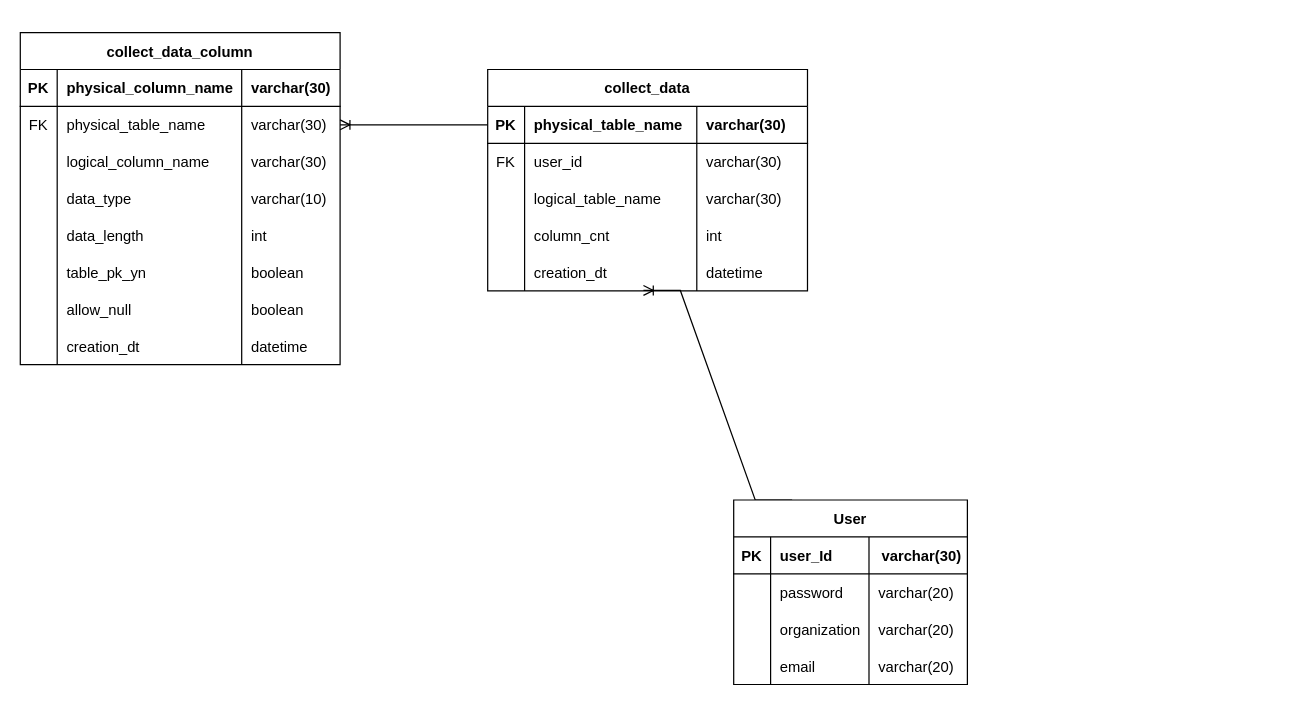
vtw-atm/bigdata-table-diagram keeps this draw.io diagram as 분석 플랫폼 테이블 설계.drawio. Above is the earlier version. Source tidied: cells renumbered, new cells numbered last; positions are measured from the earlier drawing's top-left corner, leaving out a move shared by most shapes. Both pictures are drawn from the tidied source at 123%, with x=0, y=0 at pixel (20, 32).
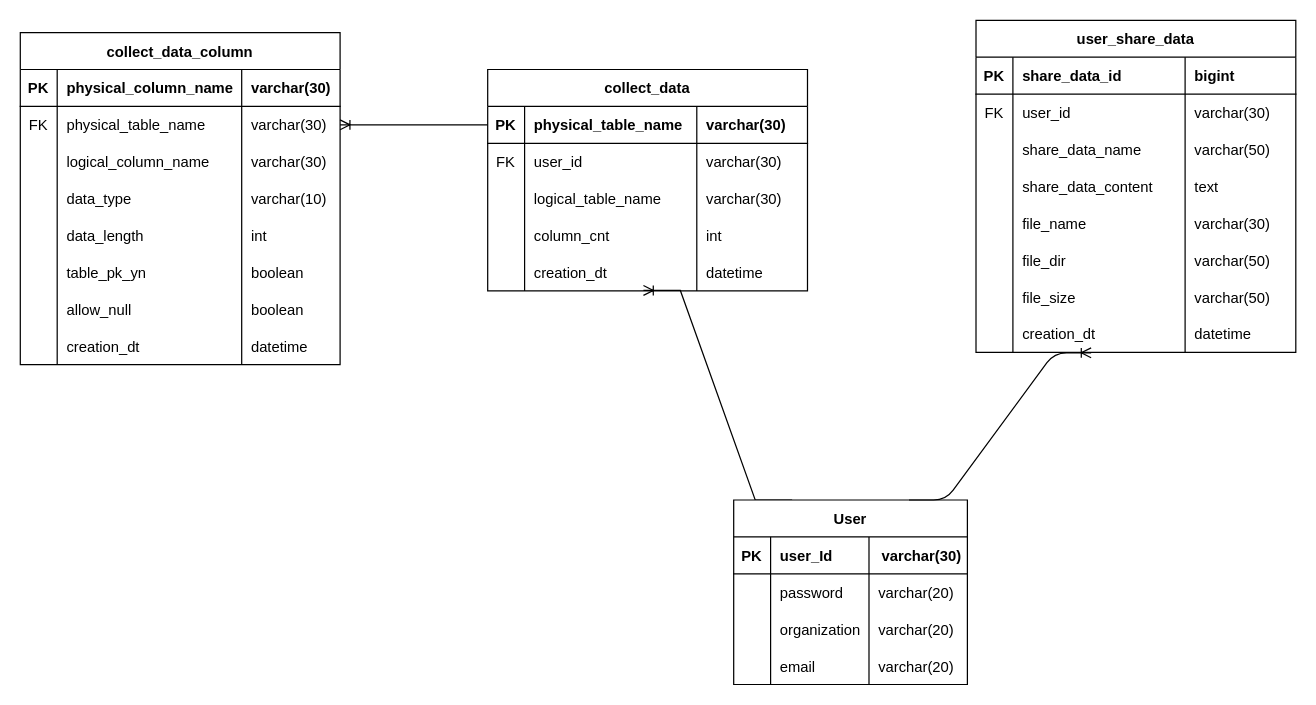
The same diagram, later.

Commit message (it also covers changes not shown here):
분석 플랫폼 테이블 설계.drawio 업데이트

The change refers to these unchanged cells:
```xml
<mxCell id="4" value="User" style="shape=table;startSize=30;childLayout=tableLayout;rowLines=0;fontStyle=1;align=center;rounded=0;" parent="1" vertex="1">
  <mxGeometry x="580" y="380" width="190" height="150" as="geometry" />
</mxCell>
```

The edit, as a diff of the source:
```diff
@@
+    <mxCell id="75" value="user_share_data" style="shape=table;startSize=30;childLayout=tableLayout;rowLines=0;fontStyle=1;align=center;rounded=0;" parent="1" vertex="1">
+      <mxGeometry x="777" y="-10" width="260" height="270" as="geometry" />
+    </mxCell>
+    <mxCell id="76" style="shape=tableRow;horizontal=0;startSize=0;swimlaneHead=0;swimlaneBody=0;fillColor=none;top=0;left=0;right=0;bottom=1;rounded=0;" parent="75" vertex="1">
+      <mxGeometry y="30" width="260" height="30" as="geometry" />
+    </mxCell>
+    <mxCell id="77" value="PK" style="shape=partialRectangle;fillColor=none;top=0;left=0;bottom=0;right=0;fontStyle=1;overflow=hidden;rounded=0;" parent="76" vertex="1">
+      <mxGeometry width="30" height="30" as="geometry" />
+    </mxCell>
+    <mxCell id="78" value="share_data_id" style="shape=partialRectangle;fillColor=none;top=0;left=0;bottom=0;right=0;align=left;spacingLeft=6;fontStyle=1;overflow=hidden;rounded=0;" parent="76" vertex="1">
+      <mxGeometry x="30" width="140" height="30" as="geometry" />
+    </mxCell>
+    <mxCell id="79" value="bigint" style="shape=partialRectangle;fillColor=none;top=0;left=0;bottom=0;right=0;align=left;spacingLeft=6;fontStyle=1;overflow=hidden;rounded=0;" parent="76" vertex="1">
+      <mxGeometry x="170" width="90" height="30" as="geometry" />
+    </mxCell>
+    <mxCell id="80" style="shape=tableRow;horizontal=0;startSize=0;swimlaneHead=0;swimlaneBody=0;fillColor=none;top=0;left=0;right=0;bottom=0;rounded=0;" parent="75" vertex="1">
+      <mxGeometry y="60" width="260" height="30" as="geometry" />
+    </mxCell>
+    <mxCell id="81" value="FK" style="shape=partialRectangle;fillColor=none;top=0;left=0;bottom=0;right=0;overflow=hidden;rounded=0;" parent="80" vertex="1">
+      <mxGeometry width="30" height="30" as="geometry" />
+    </mxCell>
+    <mxCell id="82" value="user_id" style="shape=partialRectangle;fillColor=none;top=0;left=0;bottom=0;right=0;align=left;spacingLeft=6;overflow=hidden;rounded=0;" parent="80" vertex="1">
+      <mxGeometry x="30" width="140" height="30" as="geometry" />
+    </mxCell>
+    <mxCell id="83" value="varchar(30)" style="shape=partialRectangle;fillColor=none;top=0;left=0;bottom=0;right=0;align=left;spacingLeft=6;overflow=hidden;rounded=0;" parent="80" vertex="1">
+      <mxGeometry x="170" width="90" height="30" as="geometry" />
+    </mxCell>
+    <mxCell id="84" style="shape=tableRow;horizontal=0;startSize=0;swimlaneHead=0;swimlaneBody=0;fillColor=none;top=0;left=0;right=0;bottom=0;rounded=0;" parent="75" vertex="1">
+      <mxGeometry y="90" width="260" height="30" as="geometry" />
+    </mxCell>
+    <mxCell id="85" style="shape=partialRectangle;fillColor=none;top=0;left=0;bottom=0;right=0;overflow=hidden;rounded=0;" parent="84" vertex="1">
+      <mxGeometry width="30" height="30" as="geometry" />
+    </mxCell>
+    <mxCell id="86" value="share_data_name" style="shape=partialRectangle;fillColor=none;top=0;left=0;bottom=0;right=0;align=left;spacingLeft=6;overflow=hidden;rounded=0;" parent="84" vertex="1">
+      <mxGeometry x="30" width="140" height="30" as="geometry" />
+    </mxCell>
+    <mxCell id="87" value="varchar(50)" style="shape=partialRectangle;fillColor=none;top=0;left=0;bottom=0;right=0;align=left;spacingLeft=6;overflow=hidden;rounded=0;" parent="84" vertex="1">
+      <mxGeometry x="170" width="90" height="30" as="geometry" />
+    </mxCell>
+    <mxCell id="88" style="shape=tableRow;horizontal=0;startSize=0;swimlaneHead=0;swimlaneBody=0;fillColor=none;top=0;left=0;right=0;bottom=0;rounded=0;" parent="75" vertex="1">
+      <mxGeometry y="120" width="260" height="30" as="geometry" />
+    </mxCell>
+    <mxCell id="89" style="shape=partialRectangle;fillColor=none;top=0;left=0;bottom=0;right=0;overflow=hidden;rounded=0;" parent="88" vertex="1">
+      <mxGeometry width="30" height="30" as="geometry" />
+    </mxCell>
+    <mxCell id="90" value="share_data_content" style="shape=partialRectangle;fillColor=none;top=0;left=0;bottom=0;right=0;align=left;spacingLeft=6;overflow=hidden;rounded=0;" parent="88" vertex="1">
+      <mxGeometry x="30" width="140" height="30" as="geometry" />
+    </mxCell>
+    <mxCell id="91" value="text" style="shape=partialRectangle;fillColor=none;top=0;left=0;bottom=0;right=0;align=left;spacingLeft=6;overflow=hidden;rounded=0;" parent="88" vertex="1">
+      <mxGeometry x="170" width="90" height="30" as="geometry" />
+    </mxCell>
+    <mxCell id="92" style="shape=tableRow;horizontal=0;startSize=0;swimlaneHead=0;swimlaneBody=0;fillColor=none;top=0;left=0;right=0;bottom=0;rounded=0;" parent="75" vertex="1">
+      <mxGeometry y="150" width="260" height="30" as="geometry" />
+    </mxCell>
+    <mxCell id="93" style="shape=partialRectangle;fillColor=none;top=0;left=0;bottom=0;right=0;overflow=hidden;rounded=0;" parent="92" vertex="1">
+      <mxGeometry width="30" height="30" as="geometry" />
+    </mxCell>
+    <mxCell id="94" value="file_name" style="shape=partialRectangle;fillColor=none;top=0;left=0;bottom=0;right=0;align=left;spacingLeft=6;overflow=hidden;rounded=0;" parent="92" vertex="1">
+      <mxGeometry x="30" width="140" height="30" as="geometry" />
+    </mxCell>
+    <mxCell id="95" value="varchar(30)" style="shape=partialRectangle;fillColor=none;top=0;left=0;bottom=0;right=0;align=left;spacingLeft=6;overflow=hidden;rounded=0;" parent="92" vertex="1">
+      <mxGeometry x="170" width="90" height="30" as="geometry" />
+    </mxCell>
+    <mxCell id="96" style="shape=tableRow;horizontal=0;startSize=0;swimlaneHead=0;swimlaneBody=0;fillColor=none;top=0;left=0;right=0;bottom=0;rounded=0;" parent="75" vertex="1">
+      <mxGeometry y="180" width="260" height="30" as="geometry" />
+    </mxCell>
+    <mxCell id="97" style="shape=partialRectangle;fillColor=none;top=0;left=0;bottom=0;right=0;overflow=hidden;rounded=0;" parent="96" vertex="1">
+      <mxGeometry width="30" height="30" as="geometry" />
+    </mxCell>
+    <mxCell id="98" value="file_dir" style="shape=partialRectangle;fillColor=none;top=0;left=0;bottom=0;right=0;align=left;spacingLeft=6;overflow=hidden;rounded=0;" parent="96" vertex="1">
+      <mxGeometry x="30" width="140" height="30" as="geometry" />
+    </mxCell>
+    <mxCell id="99" value="varchar(50)" style="shape=partialRectangle;fillColor=none;top=0;left=0;bottom=0;right=0;align=left;spacingLeft=6;overflow=hidden;rounded=0;" parent="96" vertex="1">
+      <mxGeometry x="170" width="90" height="30" as="geometry" />
+    </mxCell>
+    <mxCell id="100" style="shape=tableRow;horizontal=0;startSize=0;swimlaneHead=0;swimlaneBody=0;fillColor=none;top=0;left=0;right=0;bottom=0;rounded=0;" parent="75" vertex="1">
+      <mxGeometry y="210" width="260" height="30" as="geometry" />
+    </mxCell>
+    <mxCell id="101" style="shape=partialRectangle;fillColor=none;top=0;left=0;bottom=0;right=0;overflow=hidden;rounded=0;" parent="100" vertex="1">
+      <mxGeometry width="30" height="30" as="geometry" />
+    </mxCell>
+    <mxCell id="102" value="file_size" style="shape=partialRectangle;fillColor=none;top=0;left=0;bottom=0;right=0;align=left;spacingLeft=6;overflow=hidden;rounded=0;" parent="100" vertex="1">
+      <mxGeometry x="30" width="140" height="30" as="geometry" />
+    </mxCell>
+    <mxCell id="103" value="varchar(50)" style="shape=partialRectangle;fillColor=none;top=0;left=0;bottom=0;right=0;align=left;spacingLeft=6;overflow=hidden;rounded=0;" parent="100" vertex="1">
+      <mxGeometry x="170" width="90" height="30" as="geometry" />
+    </mxCell>
+    <mxCell id="104" style="shape=tableRow;horizontal=0;startSize=0;swimlaneHead=0;swimlaneBody=0;fillColor=none;points=[[0,0.5],[1,0.5]];portConstraint=eastwest;top=0;left=0;right=0;bottom=0;rounded=0;" parent="75" vertex="1">
+      <mxGeometry y="240" width="260" height="30" as="geometry" />
+    </mxCell>
+    <mxCell id="105" style="shape=partialRectangle;fillColor=none;top=0;left=0;bottom=0;right=0;overflow=hidden;rounded=0;" parent="104" vertex="1">
+      <mxGeometry width="30" height="30" as="geometry" />
+    </mxCell>
+    <mxCell id="106" value="creation_dt" style="shape=partialRectangle;fillColor=none;top=0;left=0;bottom=0;right=0;align=left;spacingLeft=6;overflow=hidden;rounded=0;" parent="104" vertex="1">
+      <mxGeometry x="30" width="140" height="30" as="geometry" />
+    </mxCell>
+    <mxCell id="107" value="datetime" style="shape=partialRectangle;fillColor=none;top=0;left=0;bottom=0;right=0;align=left;spacingLeft=6;overflow=hidden;rounded=0;" parent="104" vertex="1">
+      <mxGeometry x="170" width="90" height="30" as="geometry" />
+    </mxCell>
+    <mxCell id="108" style="edgeStyle=entityRelationEdgeStyle;fontSize=12;html=1;endArrow=ERoneToMany;exitX=0.75;exitY=0;exitDx=0;exitDy=0;entryX=0.36;entryY=1.011;entryDx=0;entryDy=0;entryPerimeter=0;" parent="1" edge="1" source="4" target="104">
+      <mxGeometry relative="1" as="geometry" />
+    </mxCell>
```
